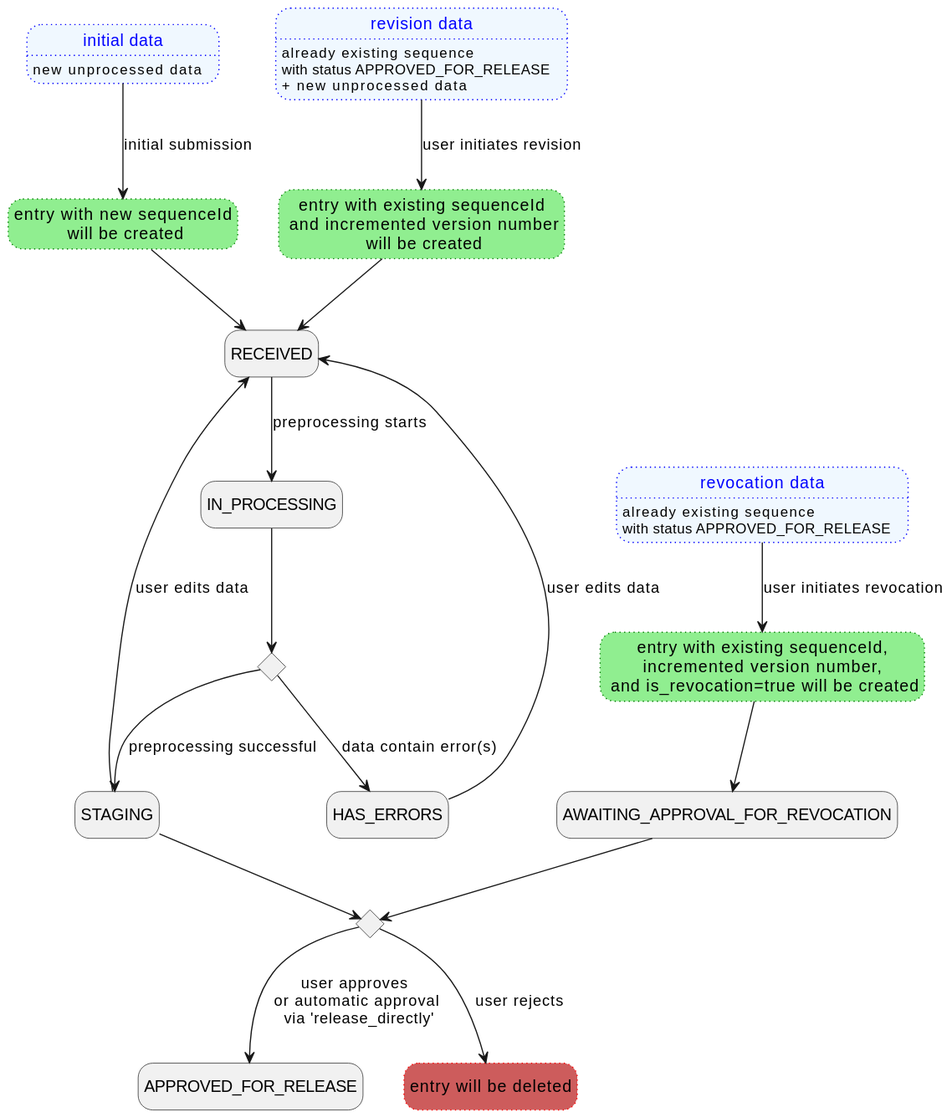
Above: backend/docs/plantuml/statusChange.svg in loculus-project/loculus (PlantUML), before the change.
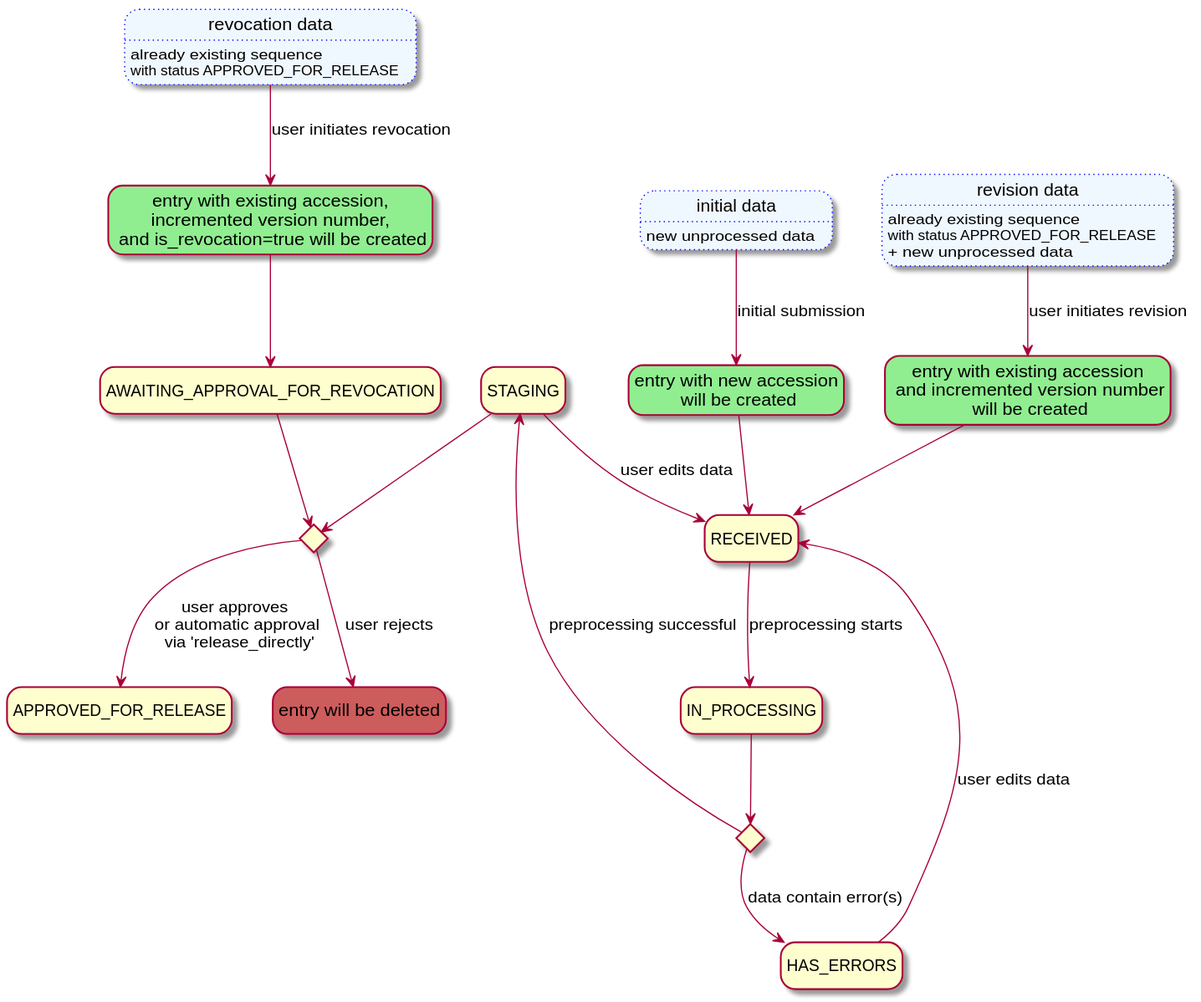
After the change.

The edit, as a diff of the source:
```diff
@@ -21,9 +21,9 @@
     state RECEIVED
     state APPROVED_FOR_RELEASE
 
-    state CREATING_SUBMIT as "entry with new sequenceId\n will be created" #lightgreen;line:green;line.dotted
-    state CREATING_REVISE as "entry with existing sequenceId\n and incremented version number\n will be created" #lightgreen;line:green;line.dotted
-    state CREATING_REVOKE as "entry with existing sequenceId,\n incremented version number, \n and is_revocation=true will be created" #lightgreen;line:green;line.dotted
+    state CREATING_SUBMIT as "entry with new accession\n will be created" #lightgreen;line:green;line.dotted
+    state CREATING_REVISE as "entry with existing accession\n and incremented version number\n will be created" #lightgreen;line:green;line.dotted
+    state CREATING_REVOKE as "entry with existing accession,\n incremented version number, \n and is_revocation=true will be created" #lightgreen;line:green;line.dotted
     state DELETION as "entry will be deleted" #IndianRed;line:red;line.dotted
     state is_error <<choice>>
     state is_approved <<choice>>
@@ -46,4 +46,5 @@
     STAGING --> is_approved
     is_approved --> APPROVED_FOR_RELEASE : user approves \nor automatic approval\n via 'release_directly'
     is_approved --> DELETION : user rejects
+
 @enduml
```
